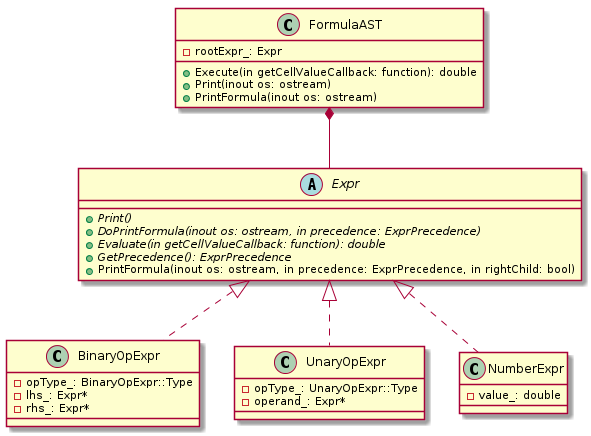
Before: uml/png/formulaAst.png, a diagram exported from PlantUML (kazarynau/YandexPraktikumFinal).
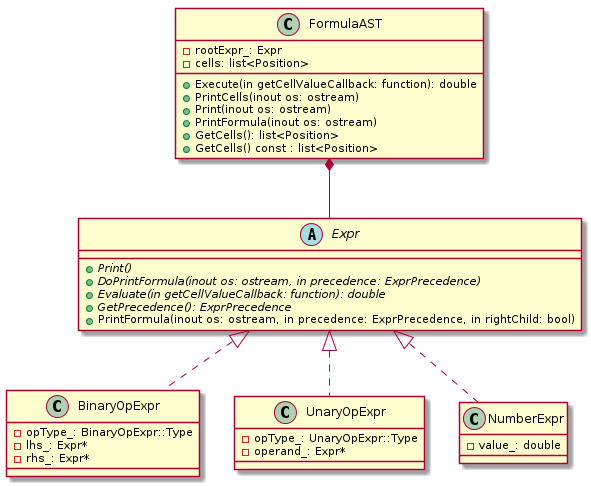
The same file after the commit.

Diff of the diagram source:
```diff
@@ -30,9 +30,13 @@
 
 class FormulaAST {
     +Execute(in getCellValueCallback: function): double
+    +PrintCells(inout os: ostream)
     +Print(inout os: ostream)
     +PrintFormula(inout os: ostream)
+    +GetCells(): list<Position>
+    +GetCells() const : list<Position>
     -rootExpr_: Expr
+    -cells: list<Position>
 }
 
 FormulaAST *-r- Expr
```
